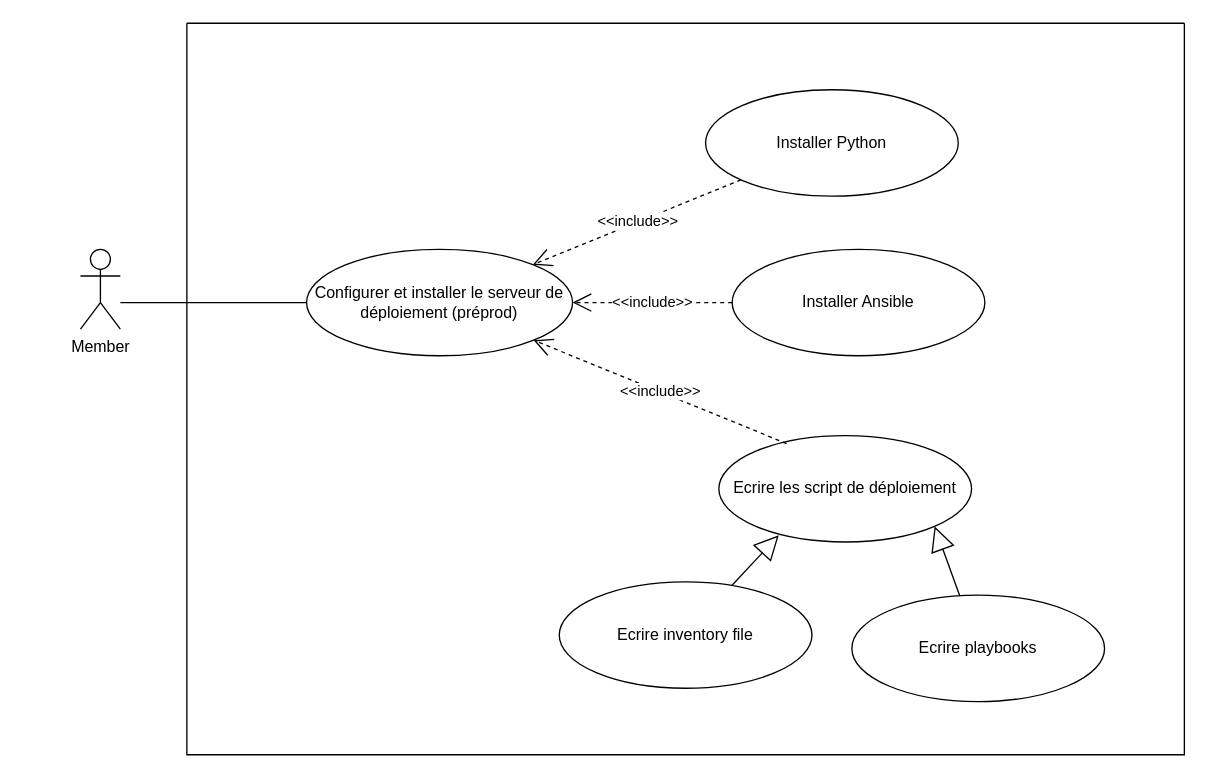
Before: page "Page-2" (2 of 13) of Diagramme sans nom.drawio in EmiraDga/CanvasAnimation, a draw.io diagram. Source tidied: cells renumbered, new cells numbered last; positions are measured from the earlier drawing's top-left corner, leaving out a move shared by most shapes. Both pictures are drawn from the tidied source at 133%, with x=0, y=0 at pixel (80, 23).
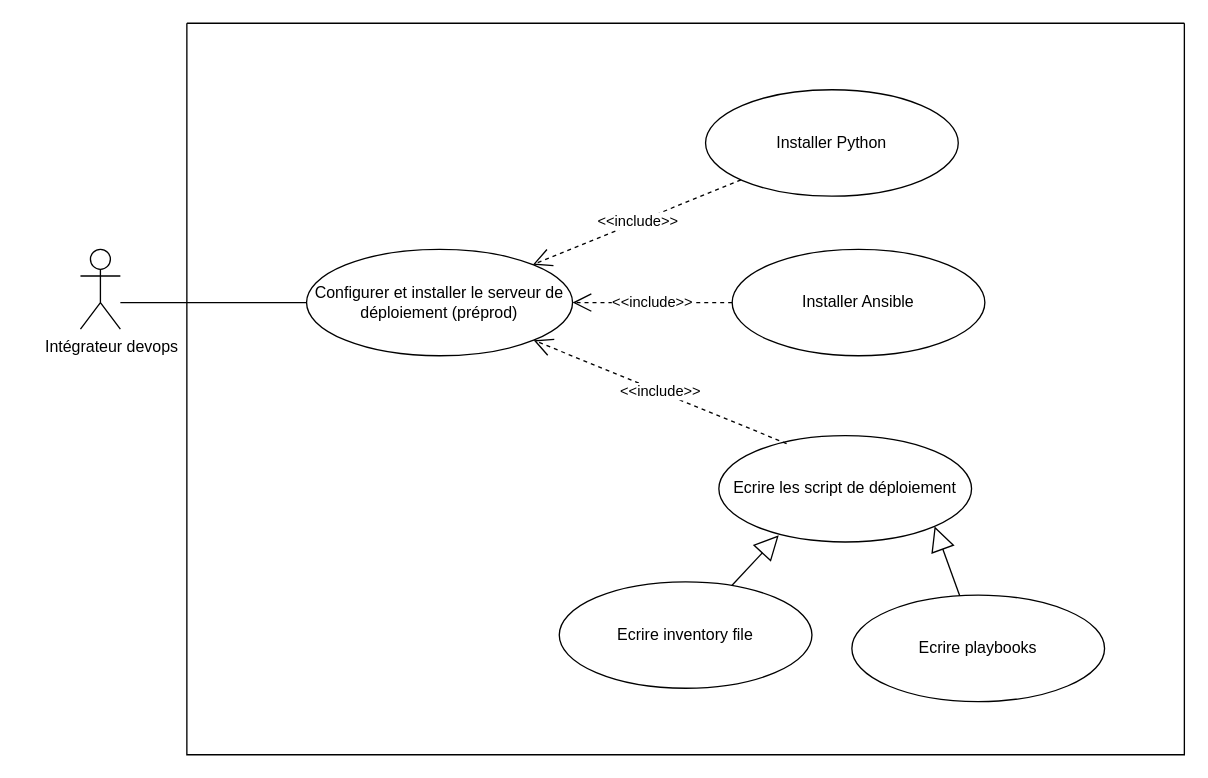
After the change.

Commit message (it also covers changes not shown here):
Mettre à jour Diagramme sans nom.drawio

The edit, as a diff of the source:
```diff
@@
 <mxGraphModel>
   <root>
     <mxCell id="0" />
     <mxCell id="1" parent="0" />
-    <mxCell id="2" value="Member" style="shape=umlActor;verticalLabelPosition=bottom;verticalAlign=top;html=1;" parent="1" vertex="1">
+    <mxCell id="2" value="&amp;nbsp;&amp;nbsp;&amp;nbsp;&amp;nbsp; Intégrateur devops" style="shape=umlActor;verticalLabelPosition=bottom;verticalAlign=top;html=1;" parent="1" vertex="1">
       <mxGeometry y="170" width="30" height="60" as="geometry" />
     </mxCell>
     <mxCell id="3" value="Configurer et installer le serveur de déploiement (préprod)" style="ellipse;whiteSpace=wrap;html=1;" parent="1" vertex="1">
       <mxGeometry x="170" y="170" width="200" height="80" as="geometry" />
     </mxCell>
     <mxCell id="4" style="endArrow=none;html=1;rounded=0;entryX=0;entryY=0.5;entryDx=0;entryDy=0;" parent="1" edge="1" target="3">
       <mxGeometry relative="1" as="geometry">
         <mxPoint x="30" y="210" as="sourcePoint" />
       </mxGeometry>
     </mxCell>
     <mxCell id="5" value="Installer Ansible" style="ellipse;whiteSpace=wrap;html=1;" parent="1" vertex="1">
       <mxGeometry x="490" y="170" width="190" height="80" as="geometry" />
     </mxCell>
     <mxCell id="6" value="Ecrire les script de déploiement" style="ellipse;whiteSpace=wrap;html=1;" parent="1" vertex="1">
       <mxGeometry x="480" y="310" width="190" height="80" as="geometry" />
     </mxCell>
     <mxCell id="7" value="Installer Python" style="ellipse;whiteSpace=wrap;html=1;" parent="1" vertex="1">
       <mxGeometry x="470" y="50" width="190" height="80" as="geometry" />
     </mxCell>
     <mxCell id="8" value="&amp;lt;&amp;lt;include&amp;gt;&amp;gt;" style="endArrow=open;endSize=12;dashed=1;html=1;rounded=0;" parent="1" edge="1" source="7" target="3">
       <mxGeometry relative="1" as="geometry" />
     </mxCell>
     <mxCell id="9" value="&amp;lt;&amp;lt;include&amp;gt;&amp;gt;" style="endArrow=open;endSize=12;dashed=1;html=1;rounded=0;exitX=0;exitY=0.5;exitDx=0;exitDy=0;" parent="1" edge="1" source="5" target="3">
       <mxGeometry relative="1" as="geometry" />
     </mxCell>
     <mxCell id="10" value="&amp;lt;&amp;lt;include&amp;gt;&amp;gt;" style="endArrow=open;endSize=12;dashed=1;html=1;rounded=0;exitX=0.268;exitY=0.075;exitDx=0;exitDy=0;exitPerimeter=0;entryX=1;entryY=1;entryDx=0;entryDy=0;" parent="1" edge="1" source="6" target="3">
       <mxGeometry relative="1" as="geometry" />
     </mxCell>
     <mxCell id="11" value="Ecrire inventory file" style="ellipse;whiteSpace=wrap;html=1;" parent="1" vertex="1">
       <mxGeometry x="360" y="420" width="190" height="80" as="geometry" />
     </mxCell>
     <mxCell id="12" value="Ecrire playbooks" style="ellipse;whiteSpace=wrap;html=1;" parent="1" vertex="1">
       <mxGeometry x="580" y="430" width="190" height="80" as="geometry" />
     </mxCell>
     <mxCell id="13" style="endArrow=block;endSize=16;endFill=0;html=1;rounded=0;entryX=0.237;entryY=0.937;entryDx=0;entryDy=0;entryPerimeter=0;" parent="1" edge="1" source="11" target="6">
       <mxGeometry relative="1" as="geometry" />
     </mxCell>
     <mxCell id="14" style="endArrow=block;endSize=16;endFill=0;html=1;rounded=0;entryX=1;entryY=1;entryDx=0;entryDy=0;" parent="1" edge="1" source="12" target="6">
       <mxGeometry relative="1" as="geometry" />
     </mxCell>
     <mxCell id="15" style="swimlane;startSize=0;" parent="1" vertex="1">
       <mxGeometry x="80" width="750" height="550" as="geometry" />
     </mxCell>
   </root>
 </mxGraphModel>
```
